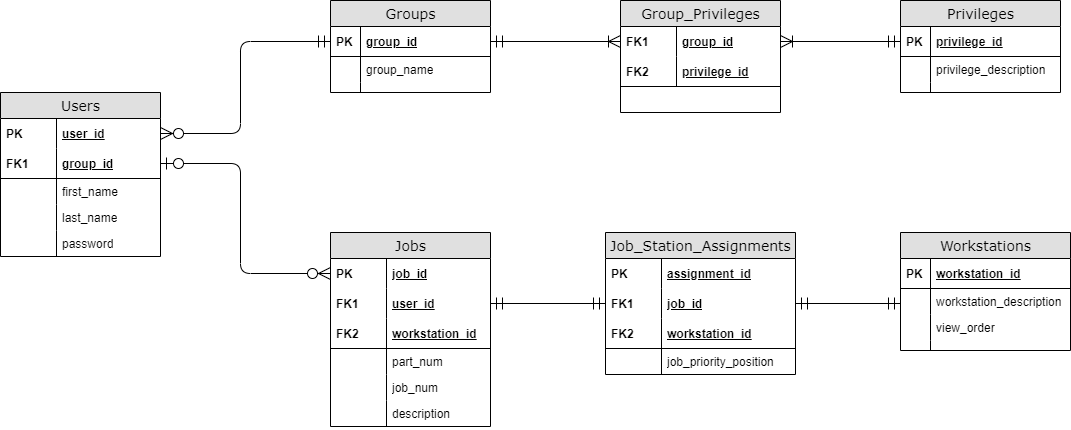
The draw.io diagram development/ph_1-00/diagrams/er-diagram.png in kuhlekt1v/management-portal, before a commit. Source tidied: cells renumbered, new cells last; positions are measured from the earlier drawing's top-left corner, leaving out a move shared by most shapes.
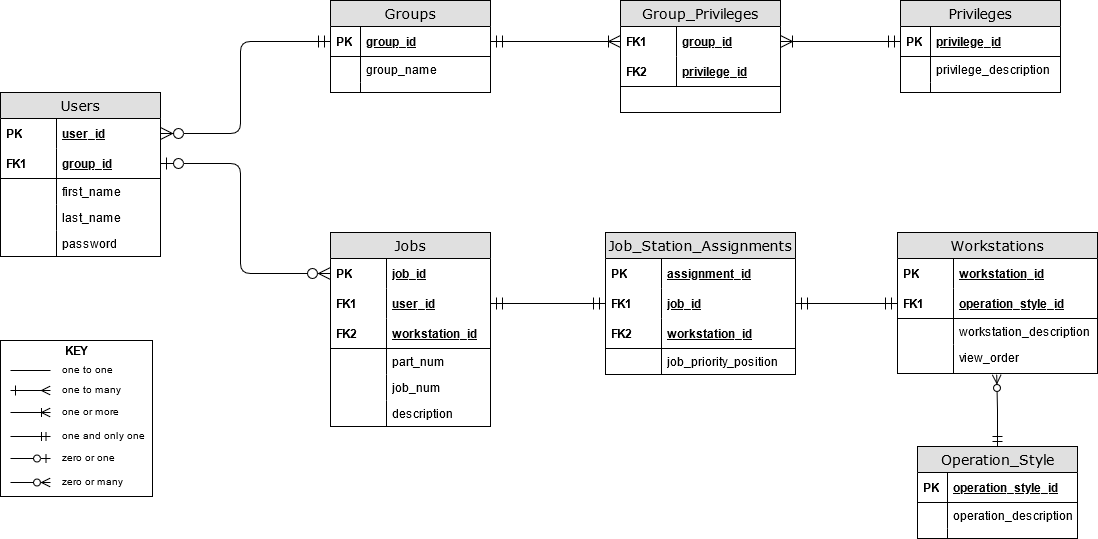
After the commit.

Commit message:
Modified er-diagrams to reflect changes.

The edit, as a diff of the source:
```diff
@@ -183,37 +183,122 @@
     <mxCell id="58" style="edgeStyle=orthogonalEdgeStyle;rounded=1;jettySize=auto;html=1;exitX=1;exitY=0.5;exitDx=0;exitDy=0;entryX=0;entryY=0.5;entryDx=0;entryDy=0;startArrow=ERmandOne;startFill=0;endArrow=ERmandOne;endFill=0;startSize=10;endSize=10;" parent="1" edge="1" source="38" target="52">
       <mxGeometry relative="1" as="geometry" />
     </mxCell>
-    <mxCell id="59" value="Workstations" style="swimlane;html=1;fontStyle=0;horizontal=1;startSize=26;fillColor=#e0e0e0;swimlaneFillColor=#ffffff;align=center;rounded=0;shadow=0;comic=0;labelBackgroundColor=none;strokeWidth=1;fontFamily=Verdana;fontSize=14;" parent="1" vertex="1">
-      <mxGeometry x="900" y="232" width="170" height="118" as="geometry" />
+    <mxCell id="59" style="edgeStyle=orthogonalEdgeStyle;rounded=1;jettySize=auto;html=1;exitX=1;exitY=0.5;exitDx=0;exitDy=0;startArrow=ERmandOne;startFill=0;endArrow=ERmandOne;endFill=0;startSize=10;endSize=10;entryX=0;entryY=0.5;entryDx=0;entryDy=0;" parent="1" edge="1" source="52" target="63">
+      <mxGeometry relative="1" as="geometry" />
     </mxCell>
-    <mxCell id="60" value="workstation_id" style="shape=partialRectangle;top=0;left=0;right=0;bottom=1;html=1;align=left;verticalAlign=middle;fillColor=none;spacingLeft=34;spacingRight=4;whiteSpace=wrap;overflow=hidden;fontStyle=5;" parent="59" vertex="1">
-      <mxGeometry y="26" width="170" height="30" as="geometry" />
+    <mxCell id="60" value="Workstations" style="swimlane;html=1;fontStyle=0;horizontal=1;startSize=26;fillColor=#e0e0e0;swimlaneFillColor=#ffffff;align=center;rounded=0;shadow=0;comic=0;labelBackgroundColor=none;strokeWidth=1;fontFamily=Verdana;fontSize=14;" parent="1" vertex="1">
+      <mxGeometry x="897" y="232" width="200" height="141" as="geometry" />
     </mxCell>
-    <mxCell id="61" value="&lt;b&gt;PK&lt;/b&gt;" style="shape=partialRectangle;top=0;left=0;bottom=0;html=1;fillColor=none;align=left;verticalAlign=middle;spacingLeft=4;spacingRight=4;whiteSpace=wrap;overflow=hidden;" parent="60" vertex="1">
-      <mxGeometry width="30" height="30" as="geometry" />
+    <mxCell id="61" value="workstation_id" style="shape=partialRectangle;top=0;left=0;right=0;bottom=0;html=1;align=left;verticalAlign=middle;fillColor=none;spacingLeft=60;spacingRight=4;whiteSpace=wrap;overflow=hidden;fontStyle=5;" parent="60" vertex="1">
+      <mxGeometry y="26" width="200" height="30" as="geometry" />
     </mxCell>
-    <mxCell id="62" value="workstation_description" style="shape=partialRectangle;top=0;left=0;right=0;bottom=0;html=1;align=left;verticalAlign=top;fillColor=none;spacingLeft=34;spacingRight=4;whiteSpace=wrap;overflow=hidden;" parent="59" vertex="1">
-      <mxGeometry y="56" width="170" height="26" as="geometry" />
+    <mxCell id="62" value="PK" style="shape=partialRectangle;fontStyle=1;top=0;left=0;bottom=0;html=1;fillColor=none;align=left;verticalAlign=middle;spacingLeft=4;spacingRight=4;whiteSpace=wrap;overflow=hidden;" parent="61" vertex="1">
+      <mxGeometry width="56" height="30" as="geometry" />
     </mxCell>
-    <mxCell id="63" style="shape=partialRectangle;top=0;left=0;bottom=0;html=1;fillColor=none;align=left;verticalAlign=top;spacingLeft=4;spacingRight=4;whiteSpace=wrap;overflow=hidden;points=[];portConstraint=eastwest;" parent="62" vertex="1">
-      <mxGeometry width="30" height="26" as="geometry" />
+    <mxCell id="63" value="operation_style_id" style="shape=partialRectangle;top=0;left=0;right=0;bottom=1;html=1;align=left;verticalAlign=middle;fillColor=none;spacingLeft=60;spacingRight=4;whiteSpace=wrap;overflow=hidden;points=[[0,0.5],[1,0.5]];portConstraint=eastwest;fontStyle=5;" parent="60" vertex="1">
+      <mxGeometry y="56" width="200" height="30" as="geometry" />
     </mxCell>
-    <mxCell id="64" value="view_order" style="shape=partialRectangle;top=0;left=0;right=0;bottom=0;html=1;align=left;verticalAlign=top;fillColor=none;spacingLeft=34;spacingRight=4;whiteSpace=wrap;overflow=hidden;" parent="59" vertex="1">
-      <mxGeometry y="82" width="170" height="26" as="geometry" />
+    <mxCell id="64" value="FK1" style="shape=partialRectangle;fontStyle=1;top=0;left=0;bottom=0;html=1;fillColor=none;align=left;verticalAlign=middle;spacingLeft=4;spacingRight=4;whiteSpace=wrap;overflow=hidden;" parent="63" vertex="1">
+      <mxGeometry width="56" height="30" as="geometry" />
     </mxCell>
-    <mxCell id="65" style="shape=partialRectangle;top=0;left=0;bottom=0;html=1;fillColor=none;align=left;verticalAlign=top;spacingLeft=4;spacingRight=4;whiteSpace=wrap;overflow=hidden;" parent="64" vertex="1">
-      <mxGeometry width="30" height="26" as="geometry" />
+    <mxCell id="65" value="workstation_description" style="shape=partialRectangle;top=0;left=0;right=0;bottom=0;html=1;align=left;verticalAlign=top;fillColor=none;spacingLeft=60;spacingRight=4;whiteSpace=wrap;overflow=hidden;" parent="60" vertex="1">
+      <mxGeometry y="86" width="200" height="26" as="geometry" />
     </mxCell>
-    <mxCell id="66" style="shape=partialRectangle;top=0;left=0;right=0;bottom=0;html=1;align=left;verticalAlign=top;fillColor=none;spacingLeft=34;spacingRight=4;whiteSpace=wrap;overflow=hidden;" parent="59" vertex="1">
-      <mxGeometry y="108" width="170" height="10" as="geometry" />
+    <mxCell id="66" style="shape=partialRectangle;top=0;left=0;bottom=0;html=1;fillColor=none;align=left;verticalAlign=top;spacingLeft=4;spacingRight=4;whiteSpace=wrap;overflow=hidden;" parent="65" vertex="1">
+      <mxGeometry width="56" height="26" as="geometry" />
     </mxCell>
-    <mxCell id="67" style="shape=partialRectangle;top=0;left=0;bottom=0;html=1;fillColor=none;align=left;verticalAlign=top;spacingLeft=4;spacingRight=4;whiteSpace=wrap;overflow=hidden;points=[];portConstraint=eastwest;" parent="66" vertex="1">
-      <mxGeometry width="30" height="10" as="geometry" />
+    <mxCell id="67" value="view_order" style="shape=partialRectangle;top=0;left=0;right=0;bottom=0;html=1;align=left;verticalAlign=top;fillColor=none;spacingLeft=60;spacingRight=4;whiteSpace=wrap;overflow=hidden;points=[[0,0.5],[1,0.5]];portConstraint=eastwest;" parent="60" vertex="1">
+      <mxGeometry y="112" width="200" height="29" as="geometry" />
     </mxCell>
-    <mxCell id="68" style="edgeStyle=orthogonalEdgeStyle;rounded=1;jettySize=auto;html=1;exitX=1;exitY=0.5;exitDx=0;exitDy=0;startArrow=ERmandOne;startFill=0;endArrow=ERmandOne;endFill=0;startSize=10;endSize=10;" parent="1" edge="1" source="52">
-      <mxGeometry relative="1" as="geometry">
-        <mxPoint x="900" y="303" as="targetPoint" />
-      </mxGeometry>
+    <mxCell id="68" style="shape=partialRectangle;top=0;left=0;bottom=0;html=1;fillColor=none;align=left;verticalAlign=top;spacingLeft=4;spacingRight=4;whiteSpace=wrap;overflow=hidden;" parent="67" vertex="1">
+      <mxGeometry width="56" height="29" as="geometry" />
     </mxCell>
+    <mxCell id="69" style="edgeStyle=orthogonalEdgeStyle;rounded=0;jettySize=auto;html=1;entryX=0.496;entryY=1.034;entryDx=0;entryDy=0;entryPerimeter=0;startArrow=ERmandOne;startFill=0;endArrow=ERzeroToMany;endFill=1;startSize=8;endSize=7;strokeWidth=1;" parent="1" edge="1" source="70" target="67">
+      <mxGeometry relative="1" as="geometry" />
+    </mxCell>
+    <mxCell id="70" value="Operation_Style" style="swimlane;html=1;fontStyle=0;horizontal=1;startSize=26;fillColor=#e0e0e0;swimlaneFillColor=#ffffff;align=center;rounded=0;shadow=0;comic=0;labelBackgroundColor=none;strokeWidth=1;fontFamily=Verdana;fontSize=14;" parent="1" vertex="1">
+      <mxGeometry x="917" y="446" width="160" height="92" as="geometry" />
+    </mxCell>
+    <mxCell id="71" value="operation_style_id" style="shape=partialRectangle;top=0;left=0;right=0;bottom=1;html=1;align=left;verticalAlign=middle;fillColor=none;spacingLeft=34;spacingRight=4;whiteSpace=wrap;overflow=hidden;fontStyle=5;" parent="70" vertex="1">
+      <mxGeometry y="26" width="160" height="30" as="geometry" />
+    </mxCell>
+    <mxCell id="72" value="&lt;b&gt;PK&lt;/b&gt;" style="shape=partialRectangle;top=0;left=0;bottom=0;html=1;fillColor=none;align=left;verticalAlign=middle;spacingLeft=4;spacingRight=4;whiteSpace=wrap;overflow=hidden;" parent="71" vertex="1">
+      <mxGeometry width="30" height="30" as="geometry" />
+    </mxCell>
+    <mxCell id="73" value="operation_description" style="shape=partialRectangle;top=0;left=0;right=0;bottom=0;html=1;align=left;verticalAlign=top;fillColor=none;spacingLeft=34;spacingRight=4;whiteSpace=wrap;overflow=hidden;" parent="70" vertex="1">
+      <mxGeometry y="56" width="160" height="26" as="geometry" />
+    </mxCell>
+    <mxCell id="74" style="shape=partialRectangle;top=0;left=0;bottom=0;html=1;fillColor=none;align=left;verticalAlign=top;spacingLeft=4;spacingRight=4;whiteSpace=wrap;overflow=hidden;" parent="73" vertex="1">
+      <mxGeometry width="30" height="26" as="geometry" />
+    </mxCell>
+    <mxCell id="75" style="shape=partialRectangle;top=0;left=0;right=0;bottom=0;html=1;align=left;verticalAlign=top;fillColor=none;spacingLeft=34;spacingRight=4;whiteSpace=wrap;overflow=hidden;" parent="70" vertex="1">
+      <mxGeometry y="82" width="160" height="10" as="geometry" />
+    </mxCell>
+    <mxCell id="76" style="shape=partialRectangle;top=0;left=0;bottom=0;html=1;fillColor=none;align=left;verticalAlign=top;spacingLeft=4;spacingRight=4;whiteSpace=wrap;overflow=hidden;" parent="75" vertex="1">
+      <mxGeometry width="30" height="10" as="geometry" />
+    </mxCell>
+    <mxCell id="77" style="group;" parent="1" vertex="1">
+      <mxGeometry y="340" width="152" height="156" as="geometry" />
+    </mxCell>
+    <mxCell id="78" style="rounded=0;whiteSpace=wrap;html=1;" parent="77" vertex="1">
+      <mxGeometry width="152" height="156" as="geometry" />
+    </mxCell>
+    <mxCell id="79" style="endArrow=none;html=1;startArrow=none;startFill=0;endSize=7;startSize=8;" parent="77" edge="1">
+      <mxGeometry relative="1" as="geometry">
+        <mxPoint x="10" y="30" as="sourcePoint" />
+        <mxPoint x="50" y="30" as="targetPoint" />
+      </mxGeometry>
+    </mxCell>
+    <mxCell id="80" value="&lt;div&gt;&lt;font style=&quot;font-size: 10px&quot;&gt;one to one&lt;/font&gt;&lt;br&gt;&lt;/div&gt;" style="text;html=1;strokeColor=none;fillColor=none;align=left;verticalAlign=middle;whiteSpace=wrap;rounded=0;" parent="77" vertex="1">
+      <mxGeometry x="60" y="18" width="91" height="20" as="geometry" />
+    </mxCell>
+    <mxCell id="81" value="&lt;div&gt;&lt;font style=&quot;font-size: 10px&quot;&gt;one to many&lt;br&gt;&lt;/font&gt;&lt;/div&gt;" style="text;html=1;strokeColor=none;fillColor=none;align=left;verticalAlign=middle;whiteSpace=wrap;rounded=0;" parent="77" vertex="1">
+      <mxGeometry x="60" y="38" width="91" height="20" as="geometry" />
+    </mxCell>
+    <mxCell id="82" style="endArrow=ERmany;html=1;startArrow=ERone;startFill=0;endSize=7;startSize=8;endFill=0;" parent="77" edge="1">
+      <mxGeometry relative="1" as="geometry">
+        <mxPoint x="10" y="50" as="sourcePoint" />
+        <mxPoint x="50" y="50" as="targetPoint" />
+      </mxGeometry>
+    </mxCell>
+    <mxCell id="83" style="endArrow=ERoneToMany;html=1;startArrow=none;startFill=0;endSize=7;startSize=8;endFill=0;" parent="77" edge="1">
+      <mxGeometry relative="1" as="geometry">
+        <mxPoint x="10" y="72" as="sourcePoint" />
+        <mxPoint x="50" y="72" as="targetPoint" />
+      </mxGeometry>
+    </mxCell>
+    <mxCell id="84" value="&lt;div&gt;&lt;font style=&quot;font-size: 10px&quot;&gt;one or more&lt;br&gt;&lt;/font&gt;&lt;/div&gt;" style="text;html=1;strokeColor=none;fillColor=none;align=left;verticalAlign=middle;whiteSpace=wrap;rounded=0;" parent="77" vertex="1">
+      <mxGeometry x="60" y="60" width="91" height="20" as="geometry" />
+    </mxCell>
+    <mxCell id="85" style="endArrow=ERmandOne;html=1;startArrow=none;startFill=0;endSize=7;startSize=8;endFill=0;" parent="77" edge="1">
+      <mxGeometry relative="1" as="geometry">
+        <mxPoint x="10" y="96" as="sourcePoint" />
+        <mxPoint x="50" y="96" as="targetPoint" />
+      </mxGeometry>
+    </mxCell>
+    <mxCell id="86" value="&lt;font style=&quot;font-size: 10px&quot;&gt;one and only one&lt;br&gt;&lt;/font&gt;" style="text;html=1;strokeColor=none;fillColor=none;align=left;verticalAlign=middle;whiteSpace=wrap;rounded=0;" parent="77" vertex="1">
+      <mxGeometry x="60" y="84" width="91" height="20" as="geometry" />
+    </mxCell>
+    <mxCell id="87" style="endArrow=ERzeroToOne;html=1;startArrow=none;startFill=0;endSize=7;startSize=8;endFill=1;" parent="77" edge="1">
+      <mxGeometry relative="1" as="geometry">
+        <mxPoint x="10" y="118" as="sourcePoint" />
+        <mxPoint x="50" y="118" as="targetPoint" />
+      </mxGeometry>
+    </mxCell>
+    <mxCell id="88" value="&lt;div&gt;&lt;font style=&quot;font-size: 10px&quot;&gt;zero or one&lt;br&gt;&lt;/font&gt;&lt;/div&gt;" style="text;html=1;strokeColor=none;fillColor=none;align=left;verticalAlign=middle;whiteSpace=wrap;rounded=0;" parent="77" vertex="1">
+      <mxGeometry x="60" y="106" width="91" height="20" as="geometry" />
+    </mxCell>
+    <mxCell id="89" style="endArrow=ERzeroToMany;html=1;startArrow=none;startFill=0;endSize=7;startSize=8;endFill=1;" parent="77" edge="1">
+      <mxGeometry relative="1" as="geometry">
+        <mxPoint x="10" y="142" as="sourcePoint" />
+        <mxPoint x="50" y="142" as="targetPoint" />
+      </mxGeometry>
+    </mxCell>
+    <mxCell id="90" value="&lt;font style=&quot;font-size: 10px&quot;&gt;zero or many&lt;br&gt;&lt;/font&gt;" style="text;html=1;strokeColor=none;fillColor=none;align=left;verticalAlign=middle;whiteSpace=wrap;rounded=0;" parent="77" vertex="1">
+      <mxGeometry x="60" y="130" width="91" height="20" as="geometry" />
+    </mxCell>
+    <mxCell id="91" value="KEY" style="text;html=1;strokeColor=none;fillColor=none;align=center;verticalAlign=middle;whiteSpace=wrap;rounded=0;fontStyle=1;" parent="77" vertex="1">
+      <mxGeometry x="56" width="40" height="20" as="geometry" />
+    </mxCell>
   </root>
 </mxGraphModel>
```
